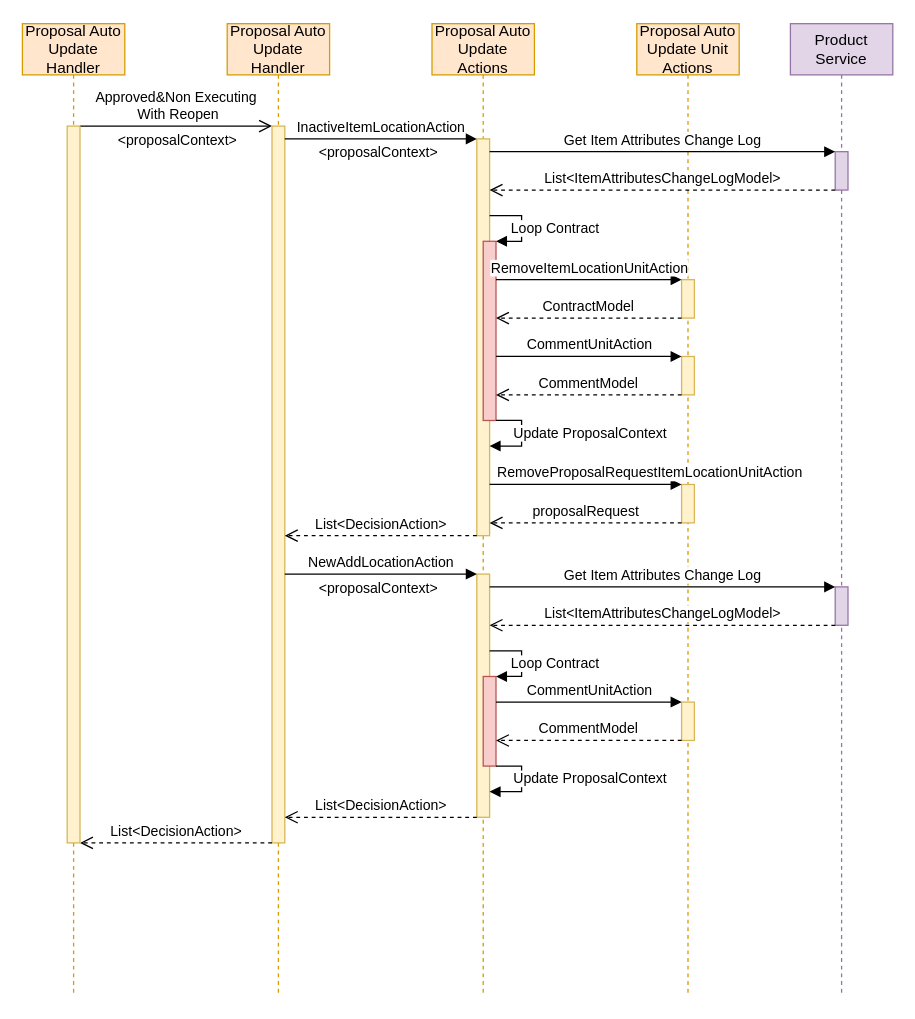
dajin-kingland/UMLdiagrams keeps this draw.io diagram as Proposal Auto Update Action Sequence Diagram.drawio. Above is the earlier version. Source tidied: cells renumbered, new cells numbered last; positions are measured from the earlier drawing's top-left corner, leaving out a move shared by most shapes. Both pictures are drawn from the tidied source at 128%, with x=0, y=0 at pixel (22, 23).
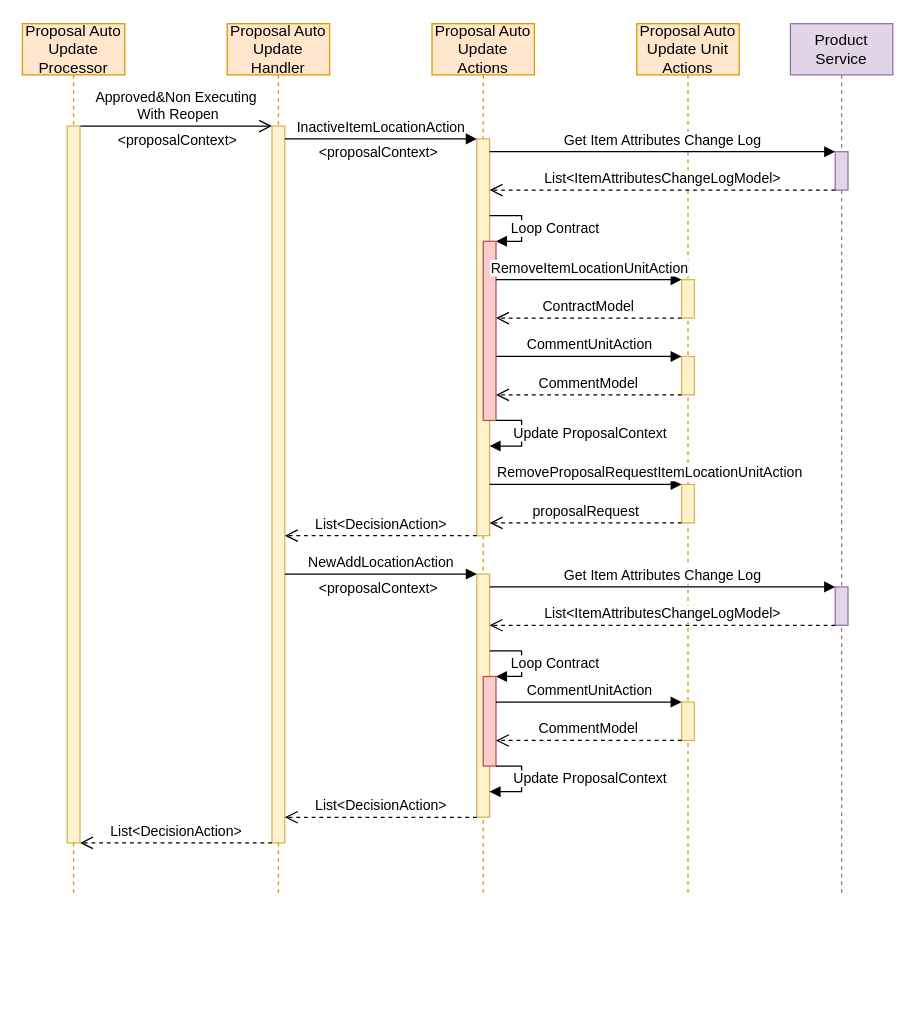
The same page after the edit.

Change to the diagram source:
```diff
@@
     <mxCell id="2" value="Proposal Auto Update Handler" style="shape=umlLifeline;perimeter=lifelinePerimeter;whiteSpace=wrap;html=1;fillColor=#ffe6cc;strokeColor=#d79b00;" parent="1" vertex="1">
-      <mxGeometry x="160" width="80" height="760" as="geometry" />
+      <mxGeometry x="160" width="80" height="680" as="geometry" />
     </mxCell>
@@
     <mxCell id="6" value="Proposal Auto Update Actions" style="shape=umlLifeline;perimeter=lifelinePerimeter;whiteSpace=wrap;html=1;fillColor=#ffe6cc;strokeColor=#d79b00;" parent="1" vertex="1">
-      <mxGeometry x="320" width="80" height="760" as="geometry" />
+      <mxGeometry x="320" width="80" height="680" as="geometry" />
     </mxCell>
@@
     <mxCell id="13" value="Proposal Auto Update Unit Actions" style="shape=umlLifeline;perimeter=lifelinePerimeter;whiteSpace=wrap;html=1;fillColor=#ffe6cc;strokeColor=#d79b00;" parent="1" vertex="1">
-      <mxGeometry x="480" width="80" height="760" as="geometry" />
+      <mxGeometry x="480" width="80" height="680" as="geometry" />
     </mxCell>
@@
     <mxCell id="21" value="Product Service" style="shape=umlLifeline;perimeter=lifelinePerimeter;whiteSpace=wrap;html=1;fillColor=#e1d5e7;strokeColor=#9673a6;" parent="1" vertex="1">
-      <mxGeometry x="600" width="80" height="760" as="geometry" />
+      <mxGeometry x="600" width="80" height="680" as="geometry" />
     </mxCell>
@@
-    <mxCell id="40" value="Proposal Auto Update Handler" style="shape=umlLifeline;perimeter=lifelinePerimeter;whiteSpace=wrap;html=1;fillColor=#ffe6cc;strokeColor=#d79b00;" parent="1" vertex="1">
-      <mxGeometry width="80" height="760" as="geometry" />
+    <mxCell id="40" value="Proposal Auto Update Processor" style="shape=umlLifeline;perimeter=lifelinePerimeter;whiteSpace=wrap;html=1;fillColor=#ffe6cc;strokeColor=#d79b00;" parent="1" vertex="1">
+      <mxGeometry width="80" height="680" as="geometry" />
     </mxCell>
```
